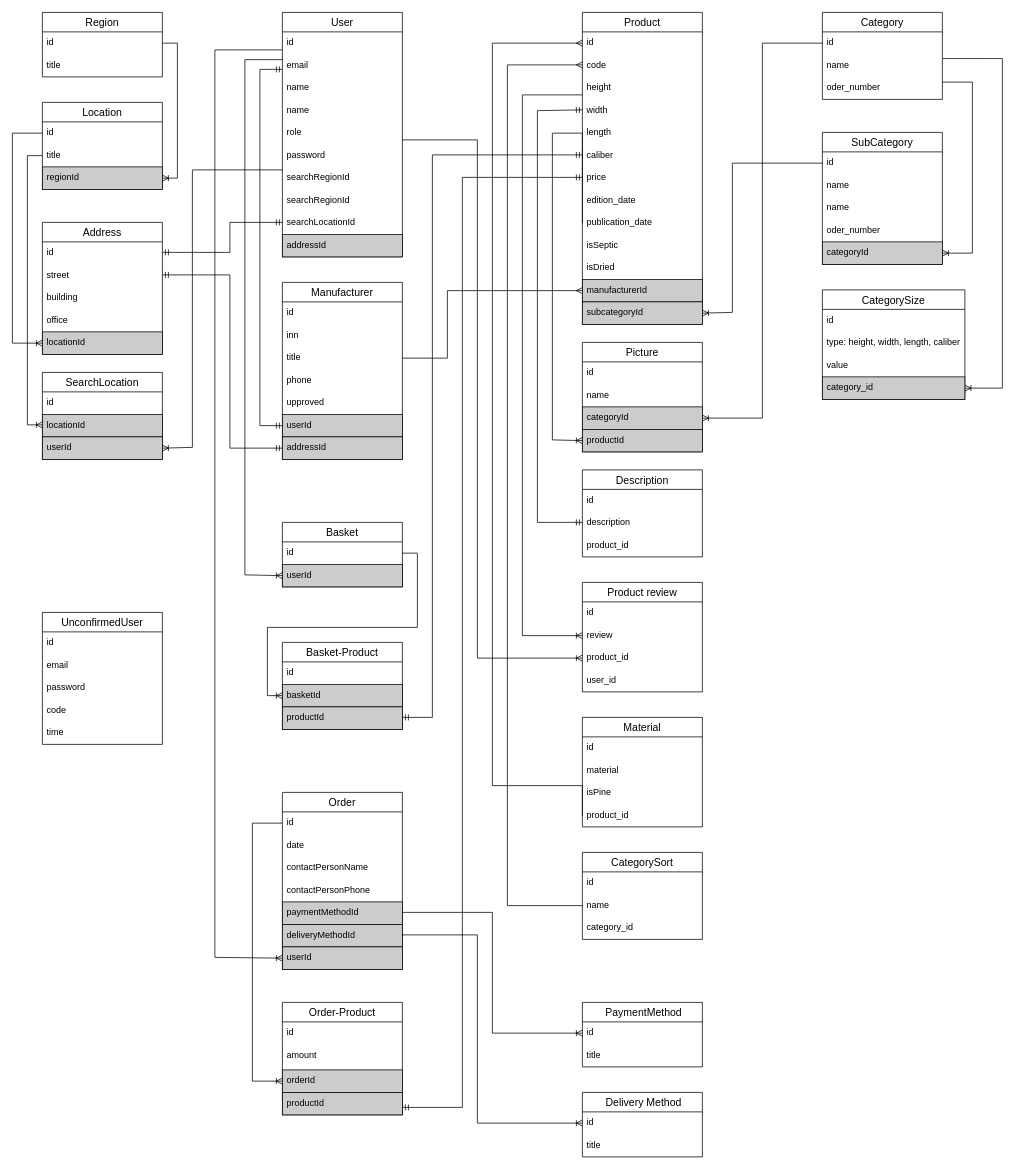
alexeyk500/lesopilka_backend keeps this draw.io diagram as lesopilka.drawio. Above is the earlier version. Source tidied: cells renumbered, new cells numbered last; positions are measured from the earlier drawing's top-left corner, leaving out a move shared by most shapes. Both pictures are drawn from the tidied source at 75%, with x=0, y=0 at pixel (12, 12).
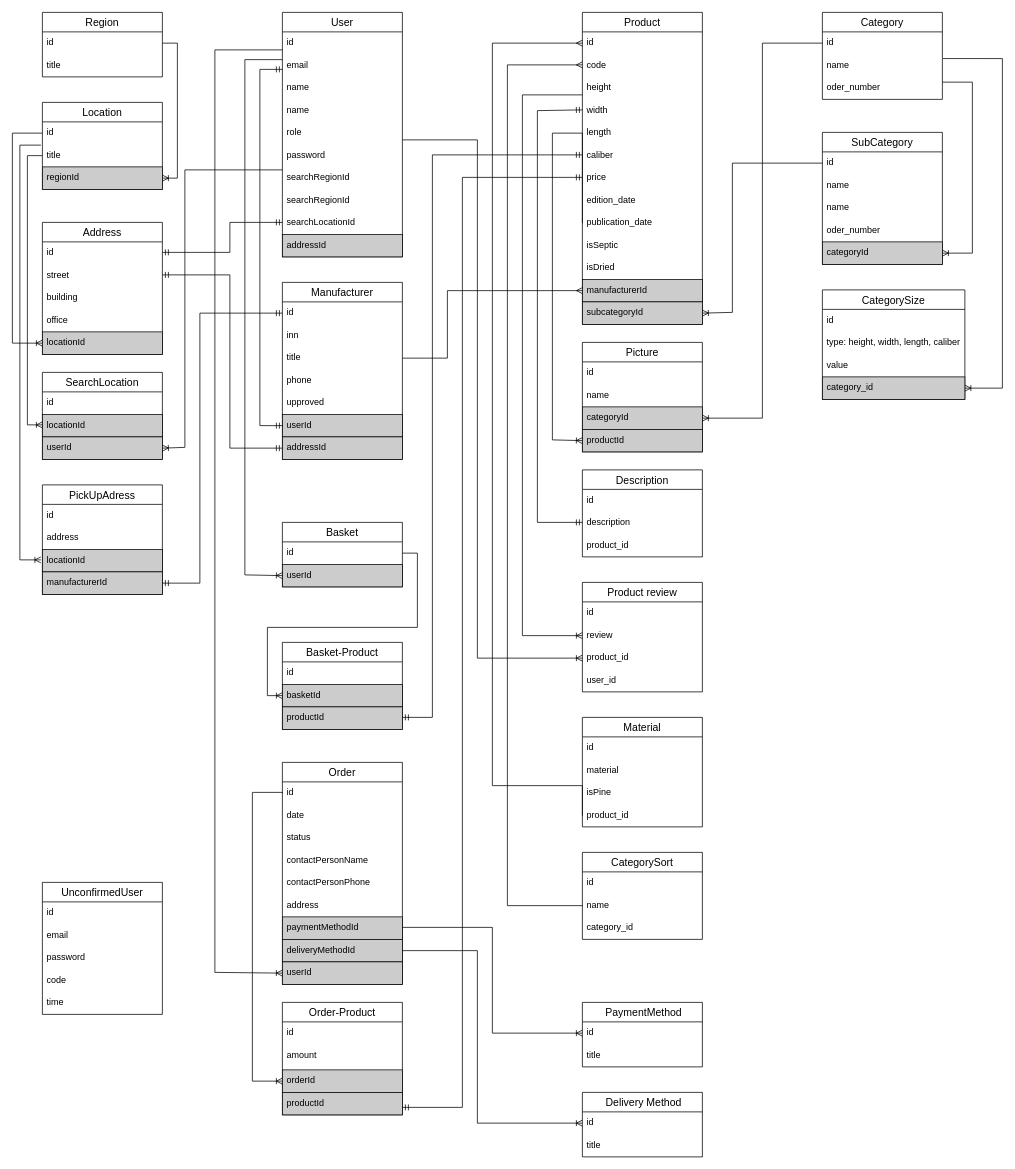
Above is the later version.

Unchanged cells that the change refers to:
```xml
<mxCell id="4" value="title" style="text;strokeColor=none;fillColor=none;spacingLeft=4;spacingRight=4;overflow=hidden;points=[[0,0.5],[1,0.5]];portConstraint=eastwest;fontSize=12;" parent="2" vertex="1">
  <mxGeometry y="56" width="160" height="30" as="geometry" />
</mxCell>
<mxCell id="103" value="id" style="text;strokeColor=none;fillColor=none;spacingLeft=4;spacingRight=4;overflow=hidden;points=[[0,0.5],[1,0.5]];portConstraint=eastwest;fontSize=12;" parent="102" vertex="1">
  <mxGeometry y="26" width="160" height="30" as="geometry" />
</mxCell>
<mxCell id="116" value="userId&#10;" style="text;spacingLeft=4;spacingRight=4;overflow=hidden;points=[[0,0.5],[1,0.5]];portConstraint=eastwest;fontSize=12;fillColor=#CCCCCC;strokeColor=default;" parent="113" vertex="1">
  <mxGeometry y="86" width="160" height="30" as="geometry" />
</mxCell>
<mxCell id="125" value="id" style="text;strokeColor=none;fillColor=none;spacingLeft=4;spacingRight=4;overflow=hidden;points=[[0,0.5],[1,0.5]];portConstraint=eastwest;fontSize=12;" parent="124" vertex="1">
  <mxGeometry y="26" width="160" height="30" as="geometry" />
</mxCell>
<mxCell id="136" value="orderId&#10;" style="text;spacingLeft=4;spacingRight=4;overflow=hidden;points=[[0,0.5],[1,0.5]];portConstraint=eastwest;fontSize=12;fillColor=#CCCCCC;strokeColor=default;" parent="133" vertex="1">
  <mxGeometry y="90" width="160" height="30" as="geometry" />
</mxCell>
<mxCell id="139" value="id" style="text;strokeColor=none;fillColor=none;spacingLeft=4;spacingRight=4;overflow=hidden;points=[[0,0.5],[1,0.5]];portConstraint=eastwest;fontSize=12;" parent="138" vertex="1">
  <mxGeometry y="26" width="160" height="30" as="geometry" />
</mxCell>
<mxCell id="142" value="id" style="text;strokeColor=none;fillColor=none;spacingLeft=4;spacingRight=4;overflow=hidden;points=[[0,0.5],[1,0.5]];portConstraint=eastwest;fontSize=12;" parent="141" vertex="1">
  <mxGeometry y="26" width="160" height="30" as="geometry" />
</mxCell>
```

The edit, as a diff of the source:
```diff
@@
     <mxCell id="89" value="UnconfirmedUser" style="swimlane;fontStyle=0;horizontal=1;startSize=26;align=center;fontSize=14;" parent="1" vertex="1">
-      <mxGeometry x="40" y="800" width="160" height="176" as="geometry" />
+      <mxGeometry x="40" y="1160" width="160" height="176" as="geometry" />
     </mxCell>
@@
     <mxCell id="118" style="edgeStyle=orthogonalEdgeStyle;fontSize=12;html=1;endArrow=ERoneToMany;rounded=0;entryX=1;entryY=0.5;entryDx=0;entryDy=0;" parent="1" edge="1" target="116">
       <mxGeometry relative="1" as="geometry">
         <mxPoint x="360" y="210" as="sourcePoint" />
         <Array as="points">
-          <mxPoint x="240" y="210" />
-          <mxPoint x="240" y="580" />
+          <mxPoint x="230" y="210" />
+          <mxPoint x="230" y="580" />
         </Array>
       </mxGeometry>
     </mxCell>
@@
     <mxCell id="124" value="Order" style="swimlane;fontStyle=0;horizontal=1;startSize=26;align=center;fontSize=14;" parent="1" vertex="1">
-      <mxGeometry x="360" y="1040" width="160" height="236" as="geometry" />
+      <mxGeometry x="360" y="1000" width="160" height="296" as="geometry" />
     </mxCell>
@@
+    <mxCell id="148" value="status" style="text;strokeColor=none;fillColor=none;spacingLeft=4;spacingRight=4;overflow=hidden;fontSize=12;" parent="124" vertex="1">
+      <mxGeometry y="86" width="160" height="30" as="geometry" />
+    </mxCell>
     <mxCell id="127" value="contactPersonName" style="text;strokeColor=none;fillColor=none;spacingLeft=4;spacingRight=4;overflow=hidden;fontSize=12;" parent="124" vertex="1">
-      <mxGeometry y="86" width="160" height="30" as="geometry" />
+      <mxGeometry y="116" width="160" height="30" as="geometry" />
     </mxCell>
     <mxCell id="128" value="contactPersonPhone" style="text;strokeColor=none;fillColor=none;spacingLeft=4;spacingRight=4;overflow=hidden;fontSize=12;" parent="124" vertex="1">
-      <mxGeometry y="116" width="160" height="30" as="geometry" />
+      <mxGeometry y="146" width="160" height="30" as="geometry" />
     </mxCell>
+    <mxCell id="149" value="address" style="text;strokeColor=none;fillColor=none;spacingLeft=4;spacingRight=4;overflow=hidden;fontSize=12;" parent="124" vertex="1">
+      <mxGeometry y="176" width="160" height="30" as="geometry" />
+    </mxCell>
     <mxCell id="129" value="paymentMethodId&#10;" style="text;spacingLeft=4;spacingRight=4;overflow=hidden;fontSize=12;fillColor=#CCCCCC;strokeColor=default;" parent="124" vertex="1">
-      <mxGeometry y="146" width="160" height="30" as="geometry" />
+      <mxGeometry y="206" width="160" height="30" as="geometry" />
     </mxCell>
     <mxCell id="130" value="deliveryMethodId&#10;" style="text;spacingLeft=4;spacingRight=4;overflow=hidden;points=[[0,0.5],[1,0.5]];portConstraint=eastwest;fontSize=12;fillColor=#CCCCCC;strokeColor=default;" parent="124" vertex="1">
-      <mxGeometry y="176" width="160" height="30" as="geometry" />
+      <mxGeometry y="236" width="160" height="30" as="geometry" />
     </mxCell>
     <mxCell id="131" value="userId" style="text;spacingLeft=4;spacingRight=4;overflow=hidden;points=[[0,0.5],[1,0.5]];portConstraint=eastwest;fontSize=12;fillColor=#CCCCCC;strokeColor=default;" parent="124" vertex="1">
-      <mxGeometry y="206" width="160" height="30" as="geometry" />
+      <mxGeometry y="266" width="160" height="30" as="geometry" />
     </mxCell>
     <mxCell id="132" style="edgeStyle=orthogonalEdgeStyle;fontSize=12;html=1;endArrow=ERoneToMany;rounded=0;fontFamily=Helvetica;fontColor=default;entryX=0;entryY=0.5;entryDx=0;entryDy=0;" parent="1" edge="1" target="131">
       <mxGeometry relative="1" as="geometry">
         <mxPoint x="360" y="50" as="sourcePoint" />
         <Array as="points">
           <mxPoint x="270" y="50" />
-          <mxPoint x="270" y="1260" />
+          <mxPoint x="270" y="1280" />
         </Array>
       </mxGeometry>
     </mxCell>
@@
     <mxCell id="144" style="edgeStyle=orthogonalEdgeStyle;fontSize=12;html=1;endArrow=ERoneToMany;rounded=0;exitX=0;exitY=0.5;exitDx=0;exitDy=0;entryX=0;entryY=0.5;entryDx=0;entryDy=0;" parent="1" edge="1" source="125" target="136">
       <mxGeometry relative="1" as="geometry">
         <Array as="points">
-          <mxPoint x="320" y="1081" />
+          <mxPoint x="360" y="1040" />
+          <mxPoint x="320" y="1040" />
           <mxPoint x="320" y="1425" />
         </Array>
       </mxGeometry>
     </mxCell>
     <mxCell id="145" style="edgeStyle=orthogonalEdgeStyle;fontSize=12;html=1;endArrow=ERoneToMany;rounded=0;entryX=0;entryY=0.5;entryDx=0;entryDy=0;" parent="1" edge="1" target="139">
       <mxGeometry x="0.64" y="10" relative="1" as="geometry">
-        <mxPoint x="520" y="1200" as="sourcePoint" />
+        <mxPoint x="520" y="1220" as="sourcePoint" />
         <Array as="points">
-          <mxPoint x="520" y="1200" />
-          <mxPoint x="640" y="1200" />
+          <mxPoint x="520" y="1220" />
+          <mxPoint x="640" y="1220" />
           <mxPoint x="640" y="1361" />
         </Array>
       </mxGeometry>
     </mxCell>
     <mxCell id="146" style="edgeStyle=orthogonalEdgeStyle;fontSize=12;html=1;endArrow=ERoneToMany;rounded=0;exitX=1;exitY=0.5;exitDx=0;exitDy=0;entryX=0;entryY=0.5;entryDx=0;entryDy=0;" parent="1" edge="1" source="130" target="142">
       <mxGeometry x="0.64" y="10" relative="1" as="geometry">
         <Array as="points">
-          <mxPoint x="520" y="1230" />
-          <mxPoint x="620" y="1230" />
+          <mxPoint x="620" y="1251" />
           <mxPoint x="620" y="1481" />
         </Array>
       </mxGeometry>
     </mxCell>
@@
+    <mxCell id="150" value="PickUpAdress" style="swimlane;fontStyle=0;horizontal=1;startSize=26;align=center;fontSize=14;" parent="1" vertex="1">
+      <mxGeometry x="40" y="630" width="160" height="146" as="geometry" />
+    </mxCell>
+    <mxCell id="151" value="id" style="text;strokeColor=none;fillColor=none;spacingLeft=4;spacingRight=4;overflow=hidden;fontSize=12;" parent="150" vertex="1">
+      <mxGeometry y="26" width="160" height="30" as="geometry" />
+    </mxCell>
+    <mxCell id="152" value="address" style="text;strokeColor=none;fillColor=none;spacingLeft=4;spacingRight=4;overflow=hidden;fontSize=12;" parent="150" vertex="1">
+      <mxGeometry y="56" width="160" height="30" as="geometry" />
+    </mxCell>
+    <mxCell id="153" value="locationId&#10;" style="text;spacingLeft=4;spacingRight=4;overflow=hidden;fontSize=12;fillColor=#CCCCCC;strokeColor=default;" parent="150" vertex="1">
+      <mxGeometry y="86" width="160" height="30" as="geometry" />
+    </mxCell>
+    <mxCell id="154" value="manufacturerId&#10;" style="text;spacingLeft=4;spacingRight=4;overflow=hidden;points=[[0,0.5],[1,0.5]];portConstraint=eastwest;fontSize=12;fillColor=#CCCCCC;strokeColor=default;" parent="150" vertex="1">
+      <mxGeometry y="116" width="160" height="30" as="geometry" />
+    </mxCell>
+    <mxCell id="155" style="edgeStyle=orthogonalEdgeStyle;fontSize=12;html=1;endArrow=ERoneToMany;rounded=0;exitX=-0.012;exitY=0.033;exitDx=0;exitDy=0;exitPerimeter=0;" parent="1" edge="1" source="4">
+      <mxGeometry relative="1" as="geometry">
+        <mxPoint x="38" y="730" as="targetPoint" />
+        <Array as="points">
+          <mxPoint x="10" y="177" />
+          <mxPoint x="10" y="730" />
+        </Array>
+      </mxGeometry>
+    </mxCell>
+    <mxCell id="156" style="edgeStyle=orthogonalEdgeStyle;fontSize=12;html=1;endArrow=ERmandOne;startArrow=ERmandOne;rounded=0;entryX=0;entryY=0.5;entryDx=0;entryDy=0;exitX=1;exitY=0.5;exitDx=0;exitDy=0;" parent="1" edge="1" source="154" target="103">
+      <mxGeometry relative="1" as="geometry">
+        <Array as="points">
+          <mxPoint x="250" y="761" />
+          <mxPoint x="250" y="401" />
+        </Array>
+      </mxGeometry>
+    </mxCell>
```
